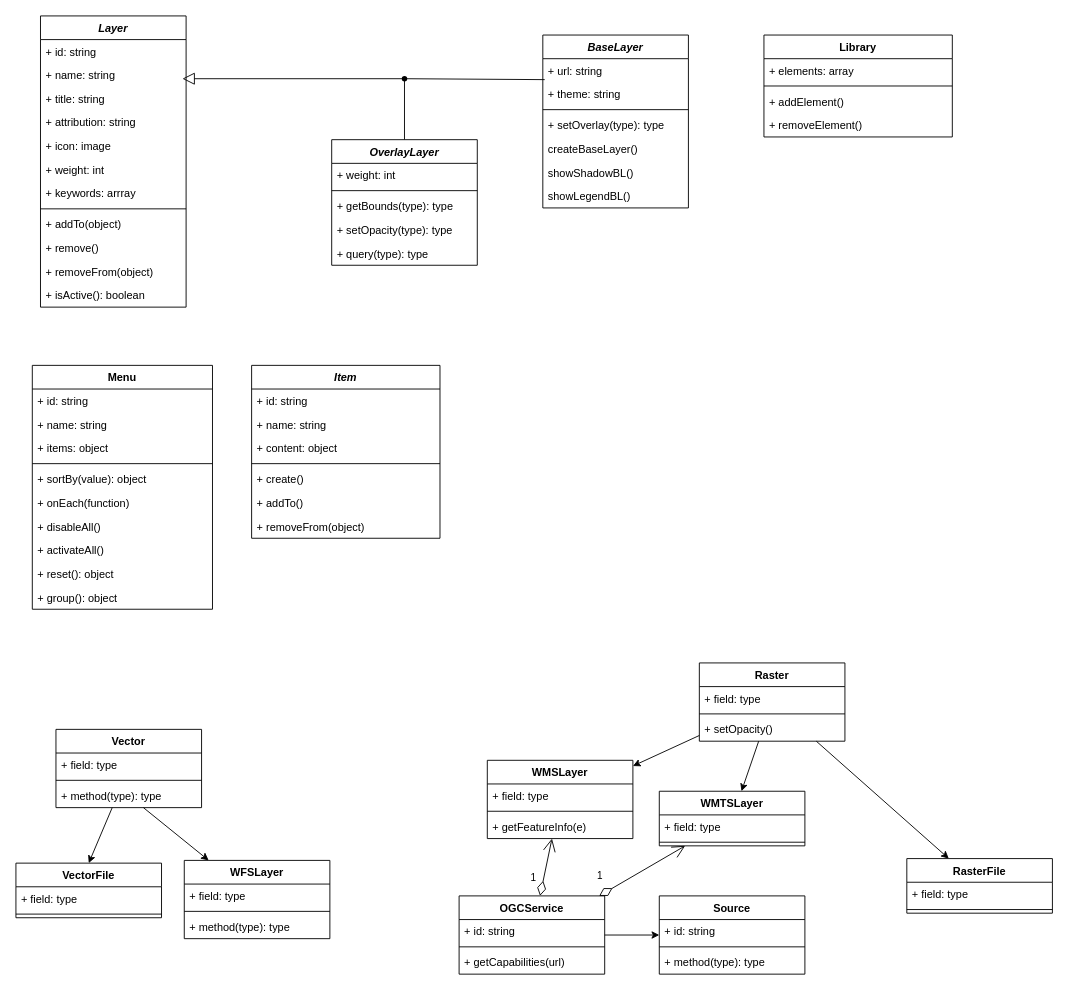
ign-argentina/argenmap keeps this draw.io diagram as page "UI" (3 of 3) of src/docs/diagrams/Map.drawio. Above is the earlier version. Source tidied: cells renumbered, new cells numbered last; positions are measured from the earlier drawing's top-left corner, leaving out a move shared by most shapes. Both pictures are drawn from the tidied source at 91%, with x=0, y=0 at pixel (15, 15).
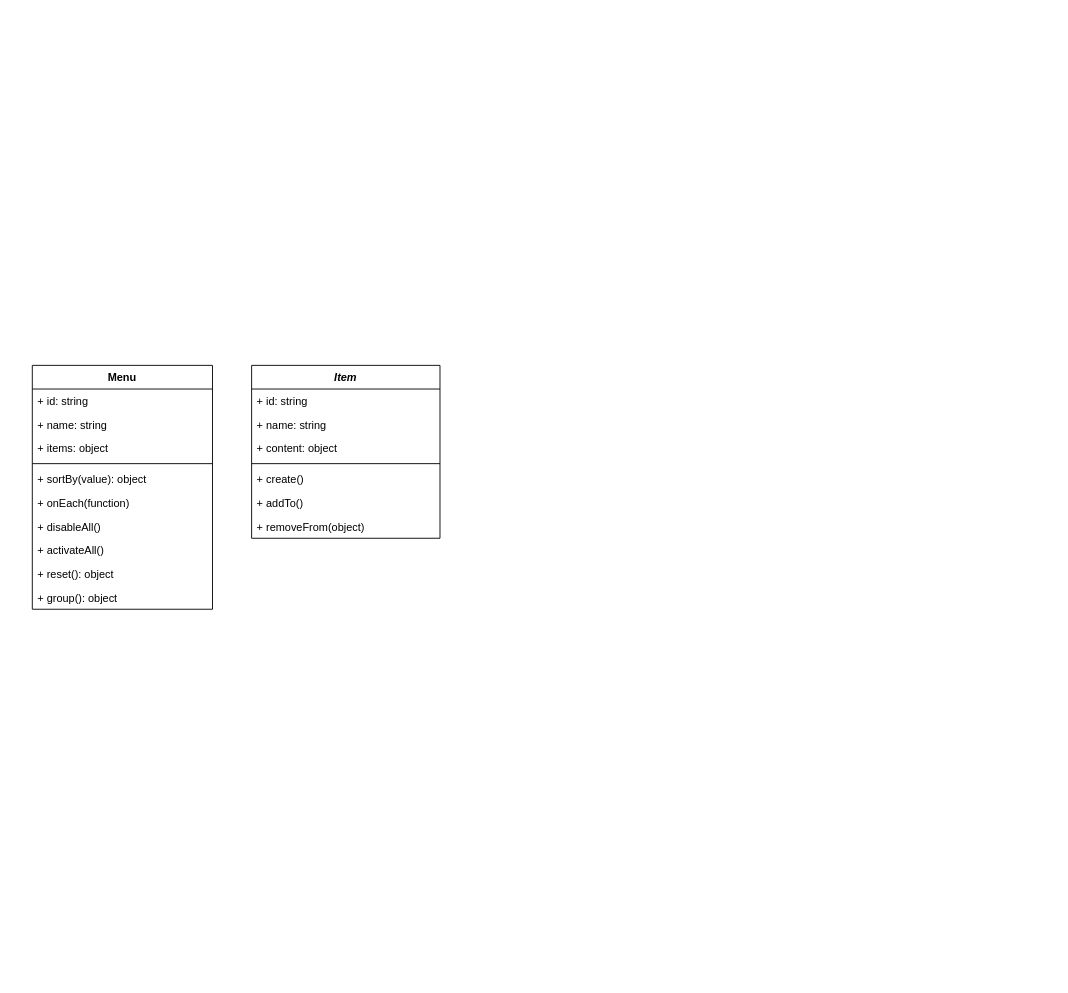
The same diagram, later.

Diff of the diagram source:
```diff
@@
-    <mxCell id="3" value="Layer" style="swimlane;fontStyle=3;align=center;verticalAlign=top;horizontal=1;startSize=26;" parent="1" vertex="1">
-      <mxGeometry x="27" width="160" height="320" as="geometry" />
-    </mxCell>
-    <mxCell id="4" value="+ id: string" style="text;strokeColor=none;fillColor=none;align=left;verticalAlign=top;spacingLeft=4;spacingRight=4;overflow=hidden;" parent="3" vertex="1">
-      <mxGeometry y="26" width="160" height="26" as="geometry" />
-    </mxCell>
-    <mxCell id="5" value="+ name: string" style="text;strokeColor=none;fillColor=none;align=left;verticalAlign=top;spacingLeft=4;spacingRight=4;overflow=hidden;" parent="3" vertex="1">
-      <mxGeometry y="52" width="160" height="26" as="geometry" />
-    </mxCell>
-    <mxCell id="6" value="+ title: string" style="text;strokeColor=none;fillColor=none;align=left;verticalAlign=top;spacingLeft=4;spacingRight=4;overflow=hidden;" parent="3" vertex="1">
-      <mxGeometry y="78" width="160" height="26" as="geometry" />
-    </mxCell>
-    <mxCell id="7" value="+ attribution: string" style="text;strokeColor=none;fillColor=none;align=left;verticalAlign=top;spacingLeft=4;spacingRight=4;overflow=hidden;" parent="3" vertex="1">
-      <mxGeometry y="104" width="160" height="26" as="geometry" />
-    </mxCell>
-    <mxCell id="8" value="+ icon: image" style="text;strokeColor=none;fillColor=none;align=left;verticalAlign=top;spacingLeft=4;spacingRight=4;overflow=hidden;" parent="3" vertex="1">
-      <mxGeometry y="130" width="160" height="26" as="geometry" />
-    </mxCell>
-    <mxCell id="9" value="+ weight: int" style="text;strokeColor=none;fillColor=none;align=left;verticalAlign=top;spacingLeft=4;spacingRight=4;overflow=hidden;" parent="3" vertex="1">
-      <mxGeometry y="156" width="160" height="26" as="geometry" />
-    </mxCell>
-    <mxCell id="10" value="+ keywords: arrray" style="text;strokeColor=none;fillColor=none;align=left;verticalAlign=top;spacingLeft=4;spacingRight=4;overflow=hidden;" parent="3" vertex="1">
-      <mxGeometry y="182" width="160" height="26" as="geometry" />
-    </mxCell>
-    <mxCell id="11" style="line;strokeWidth=1;fillColor=none;align=left;verticalAlign=middle;spacingTop=-1;spacingLeft=3;spacingRight=3;labelPosition=right;" parent="3" vertex="1">
-      <mxGeometry y="208" width="160" height="8" as="geometry" />
-    </mxCell>
-    <mxCell id="12" value="+ addTo(object)" style="text;strokeColor=none;fillColor=none;align=left;verticalAlign=top;spacingLeft=4;spacingRight=4;overflow=hidden;" parent="3" vertex="1">
-      <mxGeometry y="216" width="160" height="26" as="geometry" />
-    </mxCell>
-    <mxCell id="13" value="+ remove()" style="text;strokeColor=none;fillColor=none;align=left;verticalAlign=top;spacingLeft=4;spacingRight=4;overflow=hidden;" parent="3" vertex="1">
-      <mxGeometry y="242" width="160" height="26" as="geometry" />
-    </mxCell>
-    <mxCell id="14" value="+ removeFrom(object)" style="text;strokeColor=none;fillColor=none;align=left;verticalAlign=top;spacingLeft=4;spacingRight=4;overflow=hidden;" parent="3" vertex="1">
-      <mxGeometry y="268" width="160" height="26" as="geometry" />
-    </mxCell>
-    <mxCell id="15" value="+ isActive(): boolean" style="text;strokeColor=none;fillColor=none;align=left;verticalAlign=top;spacingLeft=4;spacingRight=4;overflow=hidden;" parent="3" vertex="1">
-      <mxGeometry y="294" width="160" height="26" as="geometry" />
-    </mxCell>
-    <mxCell id="16" style="edgeStyle=none;html=1;entryX=0.5;entryY=0;entryDx=0;entryDy=0;" parent="1" edge="1" source="17" target="52">
-      <mxGeometry relative="1" as="geometry" />
-    </mxCell>
-    <mxCell id="17" value="Vector" style="swimlane;fontStyle=1;align=center;verticalAlign=top;horizontal=1;startSize=26;" parent="1" vertex="1">
-      <mxGeometry x="44" y="784" width="160" height="86" as="geometry" />
-    </mxCell>
-    <mxCell id="18" value="+ field: type" style="text;strokeColor=none;fillColor=none;align=left;verticalAlign=top;spacingLeft=4;spacingRight=4;overflow=hidden;" parent="17" vertex="1">
-      <mxGeometry y="26" width="160" height="26" as="geometry" />
-    </mxCell>
-    <mxCell id="19" style="line;strokeWidth=1;fillColor=none;align=left;verticalAlign=middle;spacingTop=-1;spacingLeft=3;spacingRight=3;labelPosition=right;" parent="17" vertex="1">
-      <mxGeometry y="52" width="160" height="8" as="geometry" />
-    </mxCell>
-    <mxCell id="20" value="+ method(type): type" style="text;strokeColor=none;fillColor=none;align=left;verticalAlign=top;spacingLeft=4;spacingRight=4;overflow=hidden;points=[[0,0.5],[1,0.5]];portConstraint=eastwest;" parent="17" vertex="1">
-      <mxGeometry y="60" width="160" height="26" as="geometry" />
-    </mxCell>
-    <mxCell id="21" style="edgeStyle=none;html=1;" parent="1" edge="1" source="23" target="27">
-      <mxGeometry relative="1" as="geometry" />
-    </mxCell>
-    <mxCell id="22" style="edgeStyle=none;html=1;" parent="1" edge="1" source="23" target="49">
-      <mxGeometry relative="1" as="geometry" />
-    </mxCell>
-    <mxCell id="23" value="Raster" style="swimlane;fontStyle=1;align=center;verticalAlign=top;horizontal=1;startSize=26;" parent="1" vertex="1">
-      <mxGeometry x="751" y="711" width="160" height="86" as="geometry" />
-    </mxCell>
-    <mxCell id="24" value="+ field: type" style="text;strokeColor=none;fillColor=none;align=left;verticalAlign=top;spacingLeft=4;spacingRight=4;overflow=hidden;" parent="23" vertex="1">
-      <mxGeometry y="26" width="160" height="26" as="geometry" />
-    </mxCell>
-    <mxCell id="25" style="line;strokeWidth=1;fillColor=none;align=left;verticalAlign=middle;spacingTop=-1;spacingLeft=3;spacingRight=3;labelPosition=right;" parent="23" vertex="1">
-      <mxGeometry y="52" width="160" height="8" as="geometry" />
-    </mxCell>
-    <mxCell id="26" value="+ setOpacity()" style="text;strokeColor=none;fillColor=none;align=left;verticalAlign=top;spacingLeft=4;spacingRight=4;overflow=hidden;" parent="23" vertex="1">
-      <mxGeometry y="60" width="160" height="26" as="geometry" />
-    </mxCell>
-    <mxCell id="27" value="WMSLayer" style="swimlane;fontStyle=1;align=center;verticalAlign=top;horizontal=1;startSize=26;" parent="1" vertex="1">
-      <mxGeometry x="518" y="818" width="160" height="86" as="geometry" />
-    </mxCell>
-    <mxCell id="28" value="+ field: type" style="text;strokeColor=none;fillColor=none;align=left;verticalAlign=top;spacingLeft=4;spacingRight=4;overflow=hidden;" parent="27" vertex="1">
-      <mxGeometry y="26" width="160" height="26" as="geometry" />
-    </mxCell>
-    <mxCell id="29" style="line;strokeWidth=1;fillColor=none;align=left;verticalAlign=middle;spacingTop=-1;spacingLeft=3;spacingRight=3;labelPosition=right;" parent="27" vertex="1">
-      <mxGeometry y="52" width="160" height="8" as="geometry" />
-    </mxCell>
-    <mxCell id="30" value="+ getFeatureInfo(e)" style="text;strokeColor=none;fillColor=none;align=left;verticalAlign=top;spacingLeft=4;spacingRight=4;overflow=hidden;" parent="27" vertex="1">
-      <mxGeometry y="60" width="160" height="26" as="geometry" />
-    </mxCell>
-    <mxCell id="31" style="edgeStyle=none;html=1;" parent="1" edge="1" source="32" target="45">
-      <mxGeometry relative="1" as="geometry" />
-    </mxCell>
-    <mxCell id="32" value="OGCService" style="swimlane;fontStyle=1;align=center;verticalAlign=top;horizontal=1;startSize=26;" parent="1" vertex="1">
-      <mxGeometry x="487" y="967" width="160" height="86" as="geometry" />
-    </mxCell>
-    <mxCell id="33" value="+ id: string" style="text;strokeColor=none;fillColor=none;align=left;verticalAlign=top;spacingLeft=4;spacingRight=4;overflow=hidden;" parent="32" vertex="1">
-      <mxGeometry y="26" width="160" height="26" as="geometry" />
-    </mxCell>
-    <mxCell id="34" style="line;strokeWidth=1;fillColor=none;align=left;verticalAlign=middle;spacingTop=-1;spacingLeft=3;spacingRight=3;labelPosition=right;" parent="32" vertex="1">
-      <mxGeometry y="52" width="160" height="8" as="geometry" />
-    </mxCell>
-    <mxCell id="35" value="+ getCapabilities(url)" style="text;strokeColor=none;fillColor=none;align=left;verticalAlign=top;spacingLeft=4;spacingRight=4;overflow=hidden;" parent="32" vertex="1">
-      <mxGeometry y="60" width="160" height="26" as="geometry" />
-    </mxCell>
-    <mxCell id="36" value="WFSLayer" style="swimlane;fontStyle=1;align=center;verticalAlign=top;horizontal=1;startSize=26;" parent="1" vertex="1">
-      <mxGeometry x="185" y="928" width="160" height="86" as="geometry" />
-    </mxCell>
-    <mxCell id="37" value="+ field: type" style="text;strokeColor=none;fillColor=none;align=left;verticalAlign=top;spacingLeft=4;spacingRight=4;overflow=hidden;" parent="36" vertex="1">
-      <mxGeometry y="26" width="160" height="26" as="geometry" />
-    </mxCell>
-    <mxCell id="38" style="line;strokeWidth=1;fillColor=none;align=left;verticalAlign=middle;spacingTop=-1;spacingLeft=3;spacingRight=3;labelPosition=right;" parent="36" vertex="1">
-      <mxGeometry y="52" width="160" height="8" as="geometry" />
-    </mxCell>
-    <mxCell id="39" value="+ method(type): type" style="text;strokeColor=none;fillColor=none;align=left;verticalAlign=top;spacingLeft=4;spacingRight=4;overflow=hidden;" parent="36" vertex="1">
-      <mxGeometry y="60" width="160" height="26" as="geometry" />
-    </mxCell>
-    <mxCell id="40" value="WMTSLayer" style="swimlane;fontStyle=1;align=center;verticalAlign=top;horizontal=1;startSize=26;" parent="1" vertex="1">
-      <mxGeometry x="707" y="852" width="160" height="60" as="geometry" />
-    </mxCell>
-    <mxCell id="41" value="+ field: type" style="text;strokeColor=none;fillColor=none;align=left;verticalAlign=top;spacingLeft=4;spacingRight=4;overflow=hidden;" parent="40" vertex="1">
-      <mxGeometry y="26" width="160" height="26" as="geometry" />
-    </mxCell>
-    <mxCell id="42" style="line;strokeWidth=1;fillColor=none;align=left;verticalAlign=middle;spacingTop=-1;spacingLeft=3;spacingRight=3;labelPosition=right;" parent="40" vertex="1">
-      <mxGeometry y="52" width="160" height="8" as="geometry" />
-    </mxCell>
-    <mxCell id="43" style="edgeStyle=none;html=1;" parent="1" edge="1" source="20" target="36">
-      <mxGeometry relative="1" as="geometry" />
-    </mxCell>
-    <mxCell id="44" style="edgeStyle=none;html=1;" parent="1" edge="1" source="23" target="40">
-      <mxGeometry relative="1" as="geometry" />
-    </mxCell>
-    <mxCell id="45" value="Source" style="swimlane;fontStyle=1;align=center;verticalAlign=top;horizontal=1;startSize=26;" parent="1" vertex="1">
-      <mxGeometry x="707" y="967" width="160" height="86" as="geometry" />
-    </mxCell>
-    <mxCell id="46" value="+ id: string" style="text;strokeColor=none;fillColor=none;align=left;verticalAlign=top;spacingLeft=4;spacingRight=4;overflow=hidden;" parent="45" vertex="1">
-      <mxGeometry y="26" width="160" height="26" as="geometry" />
-    </mxCell>
-    <mxCell id="47" style="line;strokeWidth=1;fillColor=none;align=left;verticalAlign=middle;spacingTop=-1;spacingLeft=3;spacingRight=3;labelPosition=right;" parent="45" vertex="1">
-      <mxGeometry y="52" width="160" height="8" as="geometry" />
-    </mxCell>
-    <mxCell id="48" value="+ method(type): type" style="text;strokeColor=none;fillColor=none;align=left;verticalAlign=top;spacingLeft=4;spacingRight=4;overflow=hidden;" parent="45" vertex="1">
-      <mxGeometry y="60" width="160" height="26" as="geometry" />
-    </mxCell>
-    <mxCell id="49" value="RasterFile" style="swimlane;fontStyle=1;align=center;verticalAlign=top;horizontal=1;startSize=26;" parent="1" vertex="1">
-      <mxGeometry x="979" y="926" width="160" height="60" as="geometry" />
-    </mxCell>
-    <mxCell id="50" value="+ field: type" style="text;strokeColor=none;fillColor=none;align=left;verticalAlign=top;spacingLeft=4;spacingRight=4;overflow=hidden;" parent="49" vertex="1">
-      <mxGeometry y="26" width="160" height="26" as="geometry" />
-    </mxCell>
-    <mxCell id="51" style="line;strokeWidth=1;fillColor=none;align=left;verticalAlign=middle;spacingTop=-1;spacingLeft=3;spacingRight=3;labelPosition=right;" parent="49" vertex="1">
-      <mxGeometry y="52" width="160" height="8" as="geometry" />
-    </mxCell>
-    <mxCell id="52" value="VectorFile" style="swimlane;fontStyle=1;align=center;verticalAlign=top;horizontal=1;startSize=26;" parent="1" vertex="1">
-      <mxGeometry y="931" width="160" height="60" as="geometry" />
-    </mxCell>
-    <mxCell id="53" value="+ field: type" style="text;strokeColor=none;fillColor=none;align=left;verticalAlign=top;spacingLeft=4;spacingRight=4;overflow=hidden;" parent="52" vertex="1">
-      <mxGeometry y="26" width="160" height="26" as="geometry" />
-    </mxCell>
-    <mxCell id="54" style="line;strokeWidth=1;fillColor=none;align=left;verticalAlign=middle;spacingTop=-1;spacingLeft=3;spacingRight=3;labelPosition=right;" parent="52" vertex="1">
-      <mxGeometry y="52" width="160" height="8" as="geometry" />
-    </mxCell>
-    <mxCell id="55" value="1" style="endArrow=open;html=1;endSize=12;startArrow=diamondThin;startSize=14;startFill=0;align=left;verticalAlign=bottom;" parent="1" edge="1" source="32" target="27">
-      <mxGeometry x="-0.73" y="14" relative="1" as="geometry">
-        <mxPoint y="1" as="offset" />
-      </mxGeometry>
-    </mxCell>
-    <mxCell id="56" value="1" style="endArrow=open;html=1;endSize=12;startArrow=diamondThin;startSize=14;startFill=0;align=left;verticalAlign=bottom;" parent="1" edge="1" source="32" target="40">
-      <mxGeometry x="-0.94" y="13" relative="1" as="geometry" />
-    </mxCell>
-    <mxCell id="57" style="html=1;endArrow=none;endFill=0;exitX=0.5;exitY=0;exitDx=0;exitDy=0;" parent="1" edge="1" source="58" target="74">
-      <mxGeometry relative="1" as="geometry" />
-    </mxCell>
-    <mxCell id="58" value="OverlayLayer" style="swimlane;fontStyle=3;align=center;verticalAlign=top;horizontal=1;startSize=26;" parent="1" vertex="1">
-      <mxGeometry x="347" y="136" width="160" height="138" as="geometry" />
-    </mxCell>
-    <mxCell id="59" value="+ weight: int" style="text;strokeColor=none;fillColor=none;align=left;verticalAlign=top;spacingLeft=4;spacingRight=4;overflow=hidden;" parent="58" vertex="1">
-      <mxGeometry y="26" width="160" height="26" as="geometry" />
-    </mxCell>
-    <mxCell id="60" style="line;strokeWidth=1;fillColor=none;align=left;verticalAlign=middle;spacingTop=-1;spacingLeft=3;spacingRight=3;labelPosition=right;" parent="58" vertex="1">
-      <mxGeometry y="52" width="160" height="8" as="geometry" />
-    </mxCell>
-    <mxCell id="61" value="+ getBounds(type): type" style="text;strokeColor=none;fillColor=none;align=left;verticalAlign=top;spacingLeft=4;spacingRight=4;overflow=hidden;" parent="58" vertex="1">
-      <mxGeometry y="60" width="160" height="26" as="geometry" />
-    </mxCell>
-    <mxCell id="62" value="+ setOpacity(type): type" style="text;strokeColor=none;fillColor=none;align=left;verticalAlign=top;spacingLeft=4;spacingRight=4;overflow=hidden;" parent="58" vertex="1">
-      <mxGeometry y="86" width="160" height="26" as="geometry" />
-    </mxCell>
-    <mxCell id="63" value="+ query(type): type" style="text;strokeColor=none;fillColor=none;align=left;verticalAlign=top;spacingLeft=4;spacingRight=4;overflow=hidden;" parent="58" vertex="1">
-      <mxGeometry y="112" width="160" height="26" as="geometry" />
-    </mxCell>
-    <mxCell id="64" value="BaseLayer" style="swimlane;fontStyle=3;align=center;verticalAlign=top;horizontal=1;startSize=26;" parent="1" vertex="1">
-      <mxGeometry x="579" y="21" width="160" height="190" as="geometry" />
-    </mxCell>
-    <mxCell id="65" value="+ url: string" style="text;strokeColor=none;fillColor=none;align=left;verticalAlign=top;spacingLeft=4;spacingRight=4;overflow=hidden;" parent="64" vertex="1">
-      <mxGeometry y="26" width="160" height="26" as="geometry" />
-    </mxCell>
-    <mxCell id="66" value="+ theme: string" style="text;strokeColor=none;fillColor=none;align=left;verticalAlign=top;spacingLeft=4;spacingRight=4;overflow=hidden;points=[[0,0.5],[1,0.5]];portConstraint=eastwest;" parent="64" vertex="1">
-      <mxGeometry y="52" width="160" height="26" as="geometry" />
-    </mxCell>
-    <mxCell id="67" style="line;strokeWidth=1;fillColor=none;align=left;verticalAlign=middle;spacingTop=-1;spacingLeft=3;spacingRight=3;labelPosition=right;" parent="64" vertex="1">
-      <mxGeometry y="78" width="160" height="8" as="geometry" />
-    </mxCell>
-    <mxCell id="68" value="+ setOverlay(type): type" style="text;strokeColor=none;fillColor=none;align=left;verticalAlign=top;spacingLeft=4;spacingRight=4;overflow=hidden;" parent="64" vertex="1">
-      <mxGeometry y="86" width="160" height="26" as="geometry" />
-    </mxCell>
-    <mxCell id="69" value="createBaseLayer()" style="text;strokeColor=none;fillColor=none;align=left;verticalAlign=top;spacingLeft=4;spacingRight=4;overflow=hidden;" parent="64" vertex="1">
-      <mxGeometry y="112" width="160" height="26" as="geometry" />
-    </mxCell>
-    <mxCell id="70" value="showShadowBL()" style="text;strokeColor=none;fillColor=none;align=left;verticalAlign=top;spacingLeft=4;spacingRight=4;overflow=hidden;" parent="64" vertex="1">
-      <mxGeometry y="138" width="160" height="26" as="geometry" />
-    </mxCell>
-    <mxCell id="71" value="showLegendBL()" style="text;strokeColor=none;fillColor=none;align=left;verticalAlign=top;spacingLeft=4;spacingRight=4;overflow=hidden;" parent="64" vertex="1">
-      <mxGeometry y="164" width="160" height="26" as="geometry" />
-    </mxCell>
-    <mxCell id="72" style="html=1;startArrow=none;endArrow=block;endFill=0;endSize=11;" parent="1" edge="1" source="74">
-      <mxGeometry relative="1" as="geometry">
-        <mxPoint x="183" y="69" as="targetPoint" />
-      </mxGeometry>
-    </mxCell>
-    <mxCell id="73" style="html=1;endArrow=none;entryX=1.117;entryY=0.309;entryDx=0;entryDy=0;entryPerimeter=0;exitX=0.013;exitY=-0.115;exitDx=0;exitDy=0;exitPerimeter=0;" parent="1" edge="1" source="66" target="74">
-      <mxGeometry relative="1" as="geometry" />
-    </mxCell>
-    <mxCell id="74" style="shape=waypoint;sketch=0;fillStyle=solid;size=6;points=[];fillColor=none;perimeter=centerPerimeter;snapToPoint=1;" parent="1" vertex="1">
-      <mxGeometry x="417" y="59" width="20" height="20" as="geometry" />
-    </mxCell>
-    <mxCell id="75" value="Library" style="swimlane;fontStyle=1;align=center;verticalAlign=top;horizontal=1;startSize=26;" parent="1" vertex="1">
-      <mxGeometry x="822" y="21" width="207" height="112" as="geometry" />
-    </mxCell>
-    <mxCell id="76" value="+ elements: array" style="text;strokeColor=none;fillColor=none;align=left;verticalAlign=top;spacingLeft=4;spacingRight=4;overflow=hidden;" parent="75" vertex="1">
-      <mxGeometry y="26" width="207" height="26" as="geometry" />
-    </mxCell>
-    <mxCell id="77" style="line;strokeWidth=1;fillColor=none;align=left;verticalAlign=middle;spacingTop=-1;spacingLeft=3;spacingRight=3;labelPosition=right;" parent="75" vertex="1">
-      <mxGeometry y="52" width="207" height="8" as="geometry" />
-    </mxCell>
-    <mxCell id="78" value="+ addElement() " style="text;strokeColor=none;fillColor=none;align=left;verticalAlign=top;spacingLeft=4;spacingRight=4;overflow=hidden;" parent="75" vertex="1">
-      <mxGeometry y="60" width="207" height="26" as="geometry" />
-    </mxCell>
-    <mxCell id="79" value="+ removeElement()" style="text;strokeColor=none;fillColor=none;align=left;verticalAlign=top;spacingLeft=4;spacingRight=4;overflow=hidden;" parent="75" vertex="1">
-      <mxGeometry y="86" width="207" height="26" as="geometry" />
-    </mxCell>
```
